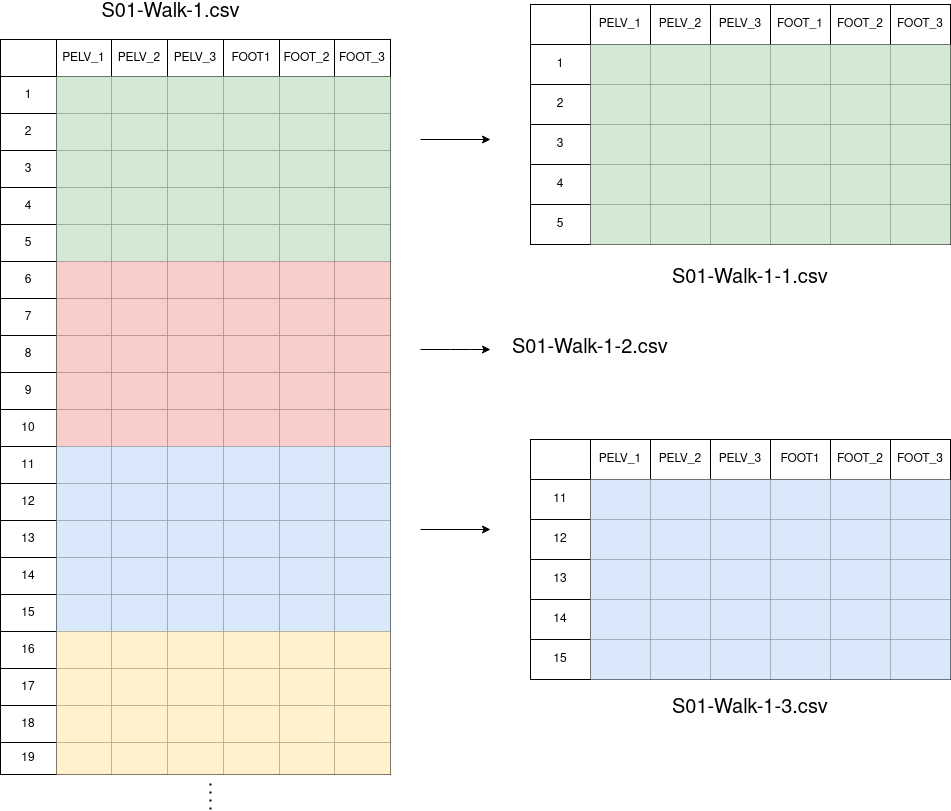
GonzaloPardoVillalibre/HAR-AI-FRAMEWORK keeps this draw.io diagram as framework/pre-processing/doc/images/Image_builder.png. Above is the earlier version. Source tidied: cells renumbered, new cells last; positions are measured from the earlier drawing's top-left corner, leaving out a move shared by most shapes.
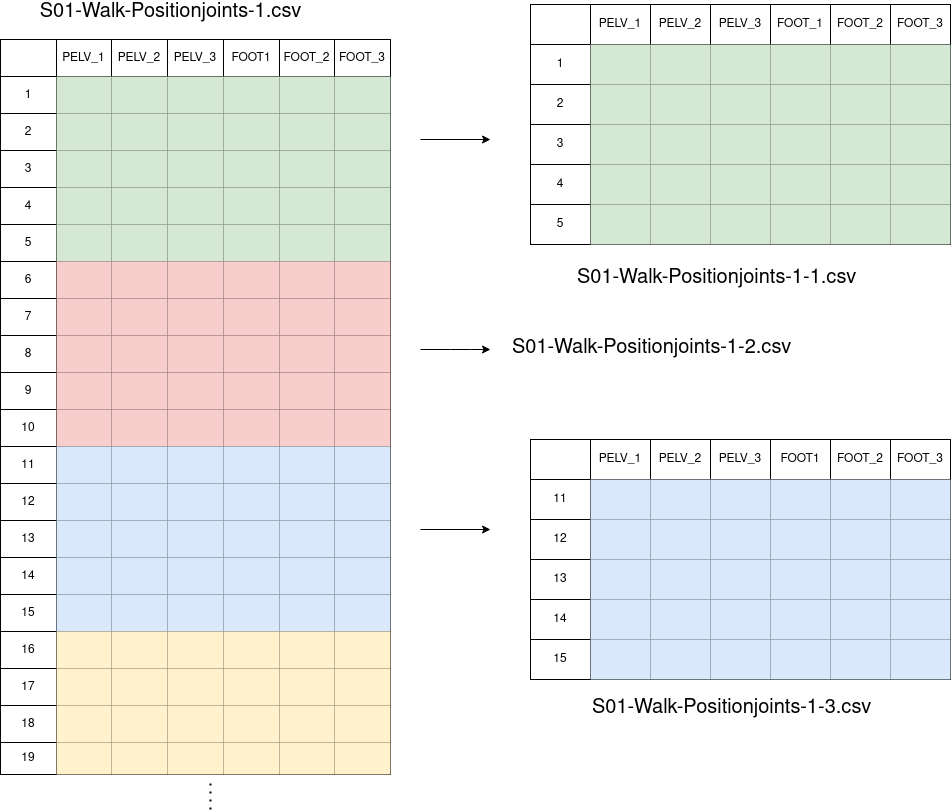
The same diagram one commit later.

Diff of the diagram source:
```diff
@@ -797,14 +797,14 @@
         <mxPoint x="210" y="775" as="targetPoint" />
       </mxGeometry>
     </mxCell>
-    <mxCell id="264" value="&lt;div style=&quot;font-size: 20px&quot;&gt;S01-Walk-1.csv&lt;/div&gt;&lt;div&gt;&lt;br&gt;&lt;/div&gt;" style="text;html=1;align=center;verticalAlign=middle;" parent="1" vertex="1">
-      <mxGeometry x="95" width="150" height="30" as="geometry" />
+    <mxCell id="264" value="&lt;div style=&quot;font-size: 20px&quot;&gt;S01-Walk-Positionjoints-1.csv&lt;/div&gt;&lt;div&gt;&lt;br&gt;&lt;/div&gt;" style="text;html=1;align=center;verticalAlign=middle;" parent="1" vertex="1">
+      <mxGeometry x="30" width="280" height="30" as="geometry" />
     </mxCell>
-    <mxCell id="265" value="&lt;div style=&quot;font-size: 20px&quot;&gt;S01-Walk-1-1.csv&lt;/div&gt;&lt;div&gt;&lt;br&gt;&lt;/div&gt;" style="text;whiteSpace=wrap;html=1;" parent="1" vertex="1">
-      <mxGeometry x="670" y="255" width="170" height="40" as="geometry" />
+    <mxCell id="265" value="&lt;div style=&quot;font-size: 20px&quot;&gt;S01-Walk-Positionjoints-1-1.csv&lt;/div&gt;&lt;div&gt;&lt;br&gt;&lt;/div&gt;" style="text;whiteSpace=wrap;html=1;" parent="1" vertex="1">
+      <mxGeometry x="575" y="255" width="330" height="40" as="geometry" />
     </mxCell>
-    <mxCell id="266" value="&lt;div style=&quot;font-size: 20px&quot;&gt;S01-Walk-1-3.csv&lt;/div&gt;&lt;div&gt;&lt;br&gt;&lt;/div&gt;" style="text;whiteSpace=wrap;html=1;" parent="1" vertex="1">
-      <mxGeometry x="670" y="685" width="160" height="40" as="geometry" />
+    <mxCell id="266" value="&lt;div style=&quot;font-size: 20px&quot;&gt;S01-Walk-Positionjoints-1-3.csv&lt;/div&gt;&lt;div&gt;&lt;br&gt;&lt;/div&gt;" style="text;whiteSpace=wrap;html=1;" parent="1" vertex="1">
+      <mxGeometry x="590" y="685" width="300" height="30" as="geometry" />
     </mxCell>
     <mxCell id="267" style="endArrow=classic;html=1;" parent="1" edge="1">
       <mxGeometry relative="1" as="geometry">
@@ -815,8 +815,8 @@
         </Array>
       </mxGeometry>
     </mxCell>
-    <mxCell id="268" value="&lt;div style=&quot;font-size: 20px&quot;&gt;S01-Walk-1-2.csv&lt;/div&gt;&lt;div&gt;&lt;br&gt;&lt;/div&gt;" style="text;whiteSpace=wrap;html=1;" parent="1" vertex="1">
-      <mxGeometry x="510" y="325" width="160" height="40" as="geometry" />
+    <mxCell id="268" value="&lt;div style=&quot;font-size: 20px&quot;&gt;S01-Walk-Positionjoints-1-2.csv&lt;/div&gt;&lt;div&gt;&lt;br&gt;&lt;/div&gt;" style="text;whiteSpace=wrap;html=1;" parent="1" vertex="1">
+      <mxGeometry x="510" y="325" width="310" height="30" as="geometry" />
     </mxCell>
   </root>
 </mxGraphModel>
```
